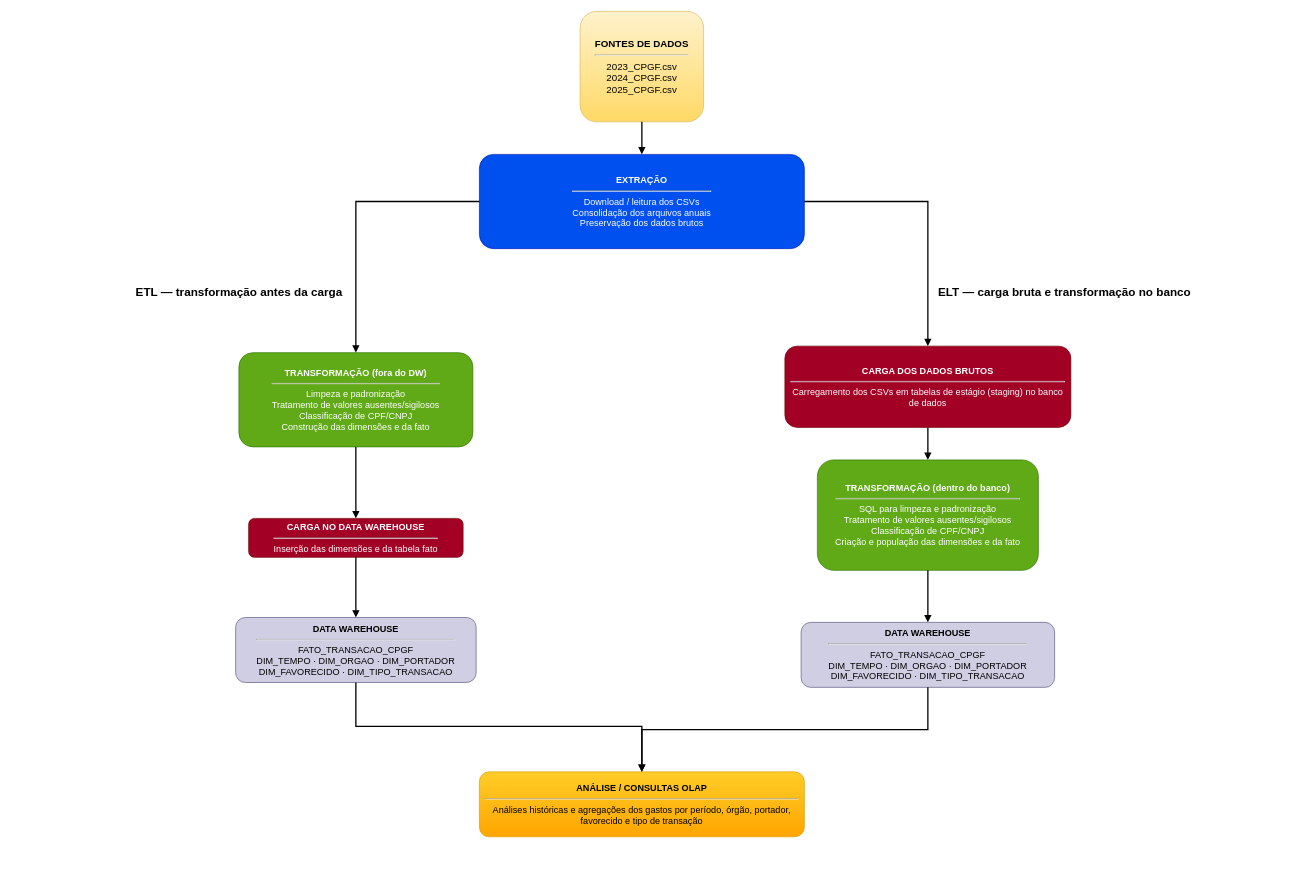
Before: docs/diagrams/fluxo_ETL_ELT.drawio in fagpaf/projeto-integracao-dw, a draw.io diagram. Source tidied: cells renumbered, new cells numbered last; positions are measured from the earlier drawing's top-left corner, leaving out a move shared by most shapes. Both pictures are drawn from the tidied source at 65%, with x=0, y=0 at pixel (11, 11).
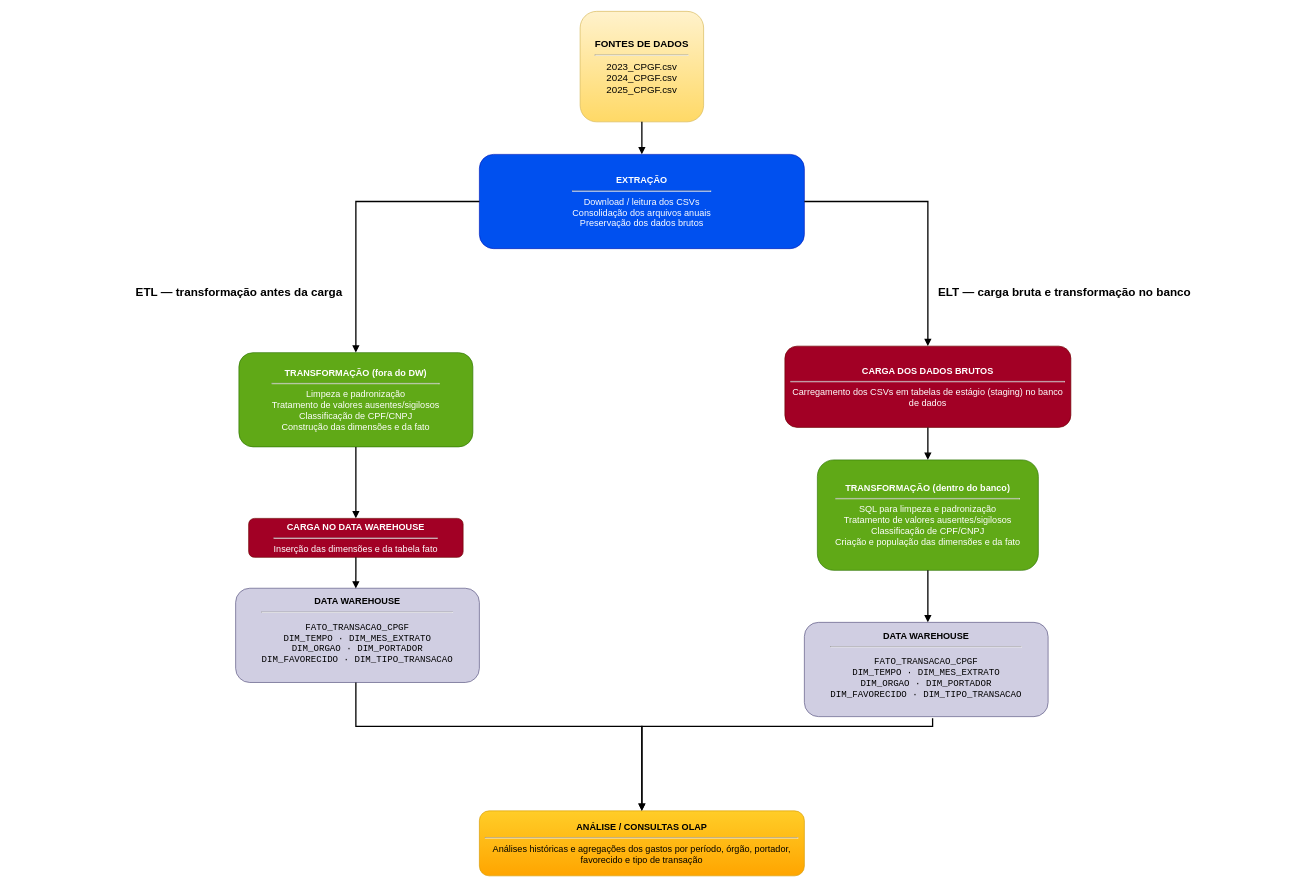
The same diagram, later.

Commit message (it also covers changes not shown here):
refactor: atualizando os diagramas

Unchanged cells that the change refers to:
```xml
<mxCell id="7" value="&lt;b&gt;TRANSFORMAÇÃO (dentro do banco)&lt;/b&gt;&lt;hr&gt;SQL para limpeza e padronização&lt;br&gt;Tratamento de valores ausentes/sigilosos&lt;br&gt;Classificação de CPF/CNPJ&lt;br&gt;Criação e população das dimensões e da fato" style="rounded=1;whiteSpace=wrap;html=1;fillColor=#60a917;strokeColor=#2D7600;fontSize=14;align=center;verticalAlign=middle;spacing=10;fontColor=#ffffff;" parent="1" vertex="1">
  <mxGeometry x="1240" y="690" width="340" height="170" as="geometry" />
</mxCell>
<mxCell id="8" value="&lt;b&gt;CARGA NO DATA WAREHOUSE&lt;/b&gt;&lt;hr&gt;Inserção das dimensões e da tabela fato" style="rounded=1;whiteSpace=wrap;html=1;fillColor=#a20025;strokeColor=#6F0000;fontSize=14;align=center;verticalAlign=middle;spacing=10;fontColor=#ffffff;" parent="1" vertex="1">
  <mxGeometry x="365" y="780" width="330" height="60" as="geometry" />
</mxCell>
```

Change to the diagram source:
```diff
@@
-    <mxCell id="9" value="&lt;b&gt;DATA WAREHOUSE&lt;/b&gt;&lt;hr&gt;FATO_TRANSACAO_CPGF&lt;br&gt;DIM_TEMPO · DIM_ORGAO · DIM_PORTADOR&lt;br&gt;DIM_FAVORECIDO · DIM_TIPO_TRANSACAO" style="rounded=1;whiteSpace=wrap;html=1;fillColor=#d0cee2;strokeColor=#56517e;fontSize=14;align=center;verticalAlign=middle;spacing=10;" parent="1" vertex="1">
-      <mxGeometry x="1215" y="940" width="390" height="100" as="geometry" />
-    </mxCell>
-    <mxCell id="10" value="&lt;b&gt;DATA WAREHOUSE&lt;/b&gt;&lt;hr&gt;FATO_TRANSACAO_CPGF&lt;br&gt;DIM_TEMPO · DIM_ORGAO · DIM_PORTADOR&lt;br&gt;DIM_FAVORECIDO · DIM_TIPO_TRANSACAO" style="rounded=1;whiteSpace=wrap;html=1;fillColor=#d0cee2;strokeColor=#56517e;fontSize=14;align=center;verticalAlign=middle;spacing=10;" parent="1" vertex="1">
-      <mxGeometry x="345" y="932.5" width="370" height="100" as="geometry" />
+    <mxCell id="10" value="&lt;b&gt;DATA WAREHOUSE&lt;/b&gt;&lt;hr&gt;&lt;pre dir=&quot;ltr&quot;&gt;&lt;code&gt;FATO_TRANSACAO_CPGF&lt;br/&gt;DIM_TEMPO · DIM_MES_EXTRATO&lt;br/&gt;DIM_ORGAO · DIM_PORTADOR&lt;br/&gt;DIM_FAVORECIDO · DIM_TIPO_TRANSACAO&lt;/code&gt;&lt;/pre&gt;" style="rounded=1;whiteSpace=wrap;html=1;fillColor=#d0cee2;strokeColor=#56517e;fontSize=14;align=center;verticalAlign=middle;spacing=10;" parent="1" vertex="1">
+      <mxGeometry x="345" y="887.5" width="375" height="145" as="geometry" />
     </mxCell>
     <mxCell id="11" value="&lt;b&gt;ANÁLISE / CONSULTAS OLAP&lt;/b&gt;&lt;hr&gt;Análises históricas e agregações dos gastos por período, órgão, portador, favorecido e tipo de transação" style="rounded=1;whiteSpace=wrap;html=1;fillColor=#ffcd28;strokeColor=#d79b00;fontSize=14;align=center;verticalAlign=middle;spacing=10;gradientColor=#ffa500;" parent="1" vertex="1">
-      <mxGeometry x="720" y="1170" width="500" height="100" as="geometry" />
+      <mxGeometry x="720" y="1230" width="500" height="100" as="geometry" />
     </mxCell>
@@
-    <mxCell id="15" style="edgeStyle=orthogonalEdgeStyle;rounded=0;jettySize=auto;html=1;endArrow=block;endFill=1;strokeWidth=2;" parent="1" edge="1" source="8" target="10">
+    <mxCell id="15" style="edgeStyle=orthogonalEdgeStyle;rounded=0;jettySize=auto;html=1;endArrow=block;endFill=1;strokeWidth=2;entryX=0.493;entryY=0.003;entryDx=0;entryDy=0;entryPerimeter=0;" parent="1" edge="1" source="8" target="10">
       <mxGeometry relative="1" as="geometry" />
     </mxCell>
@@
-    <mxCell id="18" style="edgeStyle=orthogonalEdgeStyle;rounded=0;jettySize=auto;html=1;endArrow=block;endFill=1;strokeWidth=2;" parent="1" edge="1" source="7" target="9">
-      <mxGeometry relative="1" as="geometry" />
+    <mxCell id="18" style="edgeStyle=orthogonalEdgeStyle;rounded=0;jettySize=auto;html=1;endArrow=block;endFill=1;strokeWidth=2;" parent="1" edge="1" source="7">
+      <mxGeometry relative="1" as="geometry">
+        <mxPoint x="1410" y="940" as="targetPoint" />
+      </mxGeometry>
     </mxCell>
@@
-    <mxCell id="20" style="edgeStyle=orthogonalEdgeStyle;rounded=0;jettySize=auto;html=1;endArrow=block;endFill=1;strokeWidth=2;" parent="1" edge="1" source="9" target="11">
-      <mxGeometry relative="1" as="geometry" />
-    </mxCell>
@@
+    <mxCell id="22" value="&lt;b&gt;DATA WAREHOUSE&lt;/b&gt;&lt;hr&gt;&lt;pre dir=&quot;ltr&quot;&gt;&lt;code&gt;FATO_TRANSACAO_CPGF&lt;br/&gt;DIM_TEMPO · DIM_MES_EXTRATO&lt;br/&gt;DIM_ORGAO · DIM_PORTADOR&lt;br/&gt;DIM_FAVORECIDO · DIM_TIPO_TRANSACAO&lt;/code&gt;&lt;/pre&gt;" style="rounded=1;whiteSpace=wrap;html=1;fillColor=#d0cee2;strokeColor=#56517e;fontSize=14;align=center;verticalAlign=middle;spacing=10;" parent="1" vertex="1">
+      <mxGeometry x="1220" y="940" width="375" height="145" as="geometry" />
+    </mxCell>
+    <mxCell id="23" style="edgeStyle=orthogonalEdgeStyle;rounded=0;jettySize=auto;html=1;endArrow=block;endFill=1;strokeWidth=2;exitX=0.526;exitY=1.016;exitDx=0;exitDy=0;exitPerimeter=0;entryX=0.5;entryY=0;entryDx=0;entryDy=0;entryPerimeter=0;" parent="1" edge="1" source="22" target="11">
+      <mxGeometry x="-0.93" relative="1" as="geometry">
+        <Array as="points">
+          <mxPoint x="1417.3" y="1100" />
+          <mxPoint x="970" y="1100" />
+        </Array>
+      </mxGeometry>
+    </mxCell>
```
